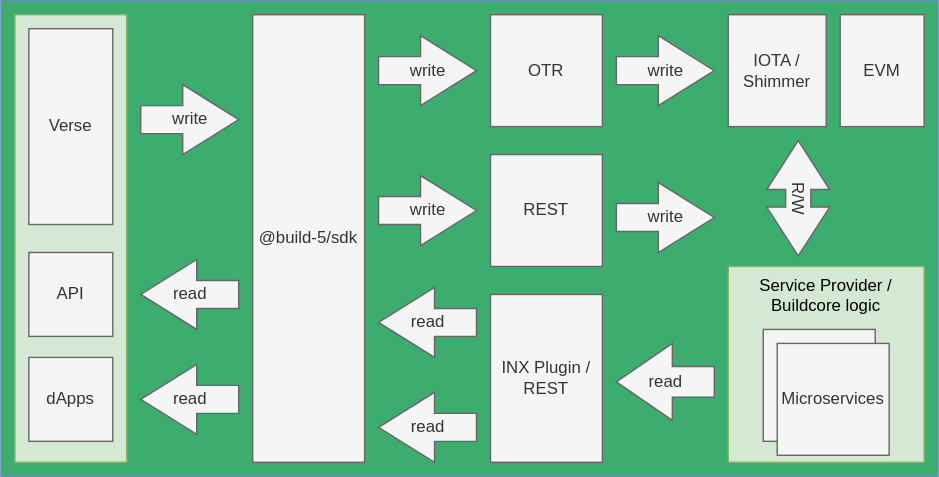
The draw.io diagram docs/static/img/architecture_before.svg in buildcore-io/core, before a commit. Source tidied: cells renumbered, new cells last; positions are measured from the earlier drawing's top-left corner, leaving out a move shared by most shapes.
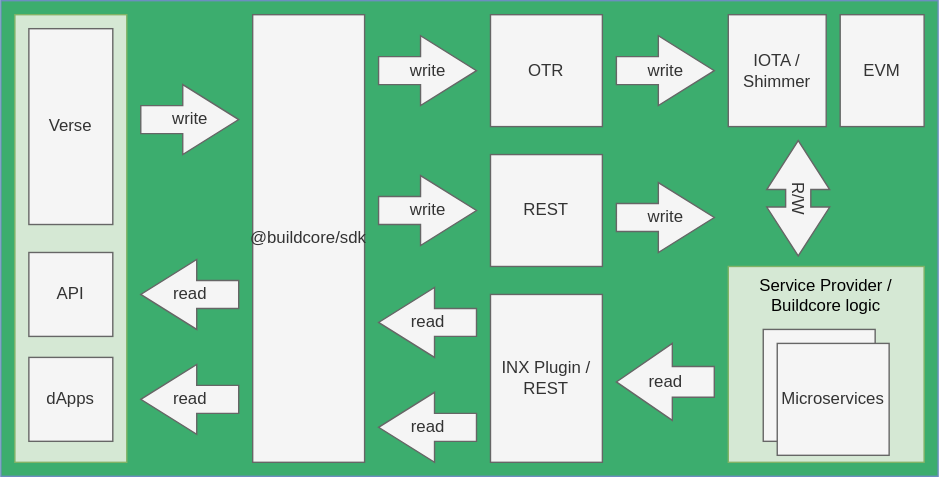
After the change.

Change to the diagram source:
```diff
@@ -17,7 +17,7 @@
     <mxCell id="6" value="dApps" style="rounded=0;whiteSpace=wrap;html=1;fillColor=#f5f5f5;strokeColor=#666666;fontColor=#333333;" parent="1" vertex="1">
       <mxGeometry x="20" y="255" width="60" height="60" as="geometry" />
     </mxCell>
-    <mxCell id="7" value="@build-5/sdk" style="rounded=0;whiteSpace=wrap;html=1;fillColor=#f5f5f5;strokeColor=#666666;fontColor=#333333;" parent="1" vertex="1">
+    <mxCell id="7" value="@buildcore/sdk" style="rounded=0;whiteSpace=wrap;html=1;fillColor=#f5f5f5;strokeColor=#666666;fontColor=#333333;" parent="1" vertex="1">
       <mxGeometry x="180" y="10" width="80" height="320" as="geometry" />
     </mxCell>
     <mxCell id="8" value="OTR" style="rounded=0;whiteSpace=wrap;html=1;fillColor=#f5f5f5;strokeColor=#666666;fontColor=#333333;" parent="1" vertex="1">
```
